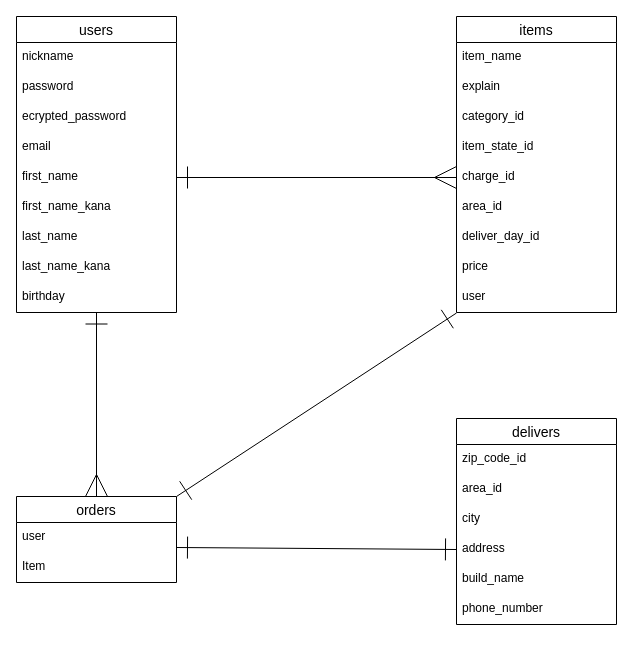
Before: furima.dio in layxer218/furima-38936, a draw.io diagram. Source tidied: cells renumbered, new cells numbered last; positions are measured from the earlier drawing's top-left corner, leaving out a move shared by most shapes. Both pictures are drawn from the tidied source at 100%, with x=0, y=0 at pixel (16, 16).
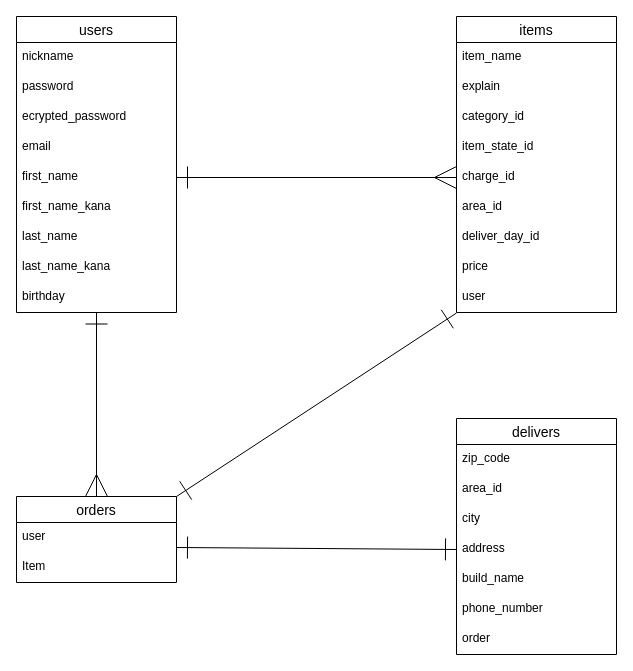
Above is the later version.

The edit, as a diff of the source:
```diff
@@
     <mxCell id="27" value="delivers" style="swimlane;fontStyle=0;horizontal=1;startSize=26;align=center;fontSize=14;" parent="1" vertex="1">
-      <mxGeometry x="440" y="402" width="160" height="206" as="geometry" />
+      <mxGeometry x="440" y="402" width="160" height="236" as="geometry" />
     </mxCell>
-    <mxCell id="28" value="zip_code_id" style="text;strokeColor=none;fillColor=none;spacingLeft=4;spacingRight=4;overflow=hidden;fontSize=12;" parent="27" vertex="1">
+    <mxCell id="28" value="zip_code" style="text;strokeColor=none;fillColor=none;spacingLeft=4;spacingRight=4;overflow=hidden;fontSize=12;" parent="27" vertex="1">
       <mxGeometry y="26" width="160" height="30" as="geometry" />
     </mxCell>
@@
+    <mxCell id="36" value="order" style="text;strokeColor=none;fillColor=none;spacingLeft=4;spacingRight=4;overflow=hidden;fontSize=12;" parent="27" vertex="1">
+      <mxGeometry y="206" width="160" height="30" as="geometry" />
+    </mxCell>
```
